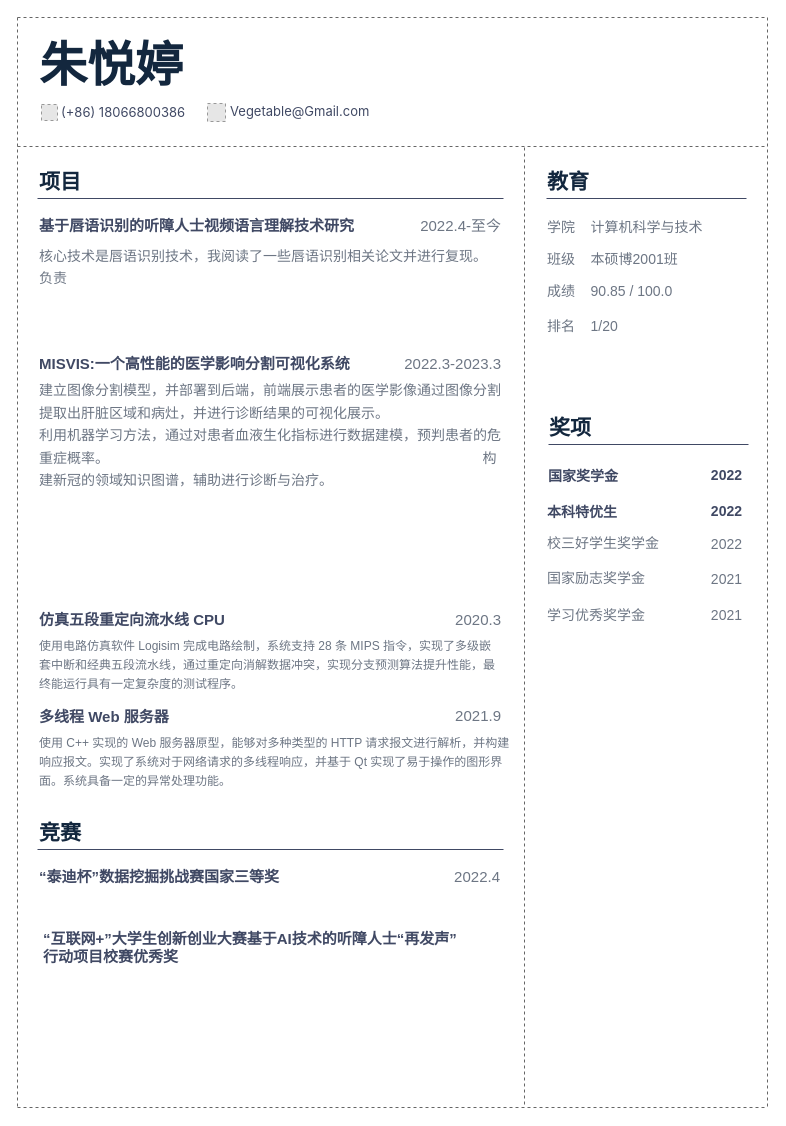
This is source/DrawCV.drawio from Polycoriander/DrawCV, a draw.io file, before an edit. Source tidied: cells renumbered, new cells numbered last; positions are measured from the earlier drawing's top-left corner, leaving out a move shared by most shapes. Both pictures are drawn from the tidied source at 100%, with x=0, y=0 at pixel (17, 17). Pictures stored in the file or linked from it are replaced by grey dashed boxes.
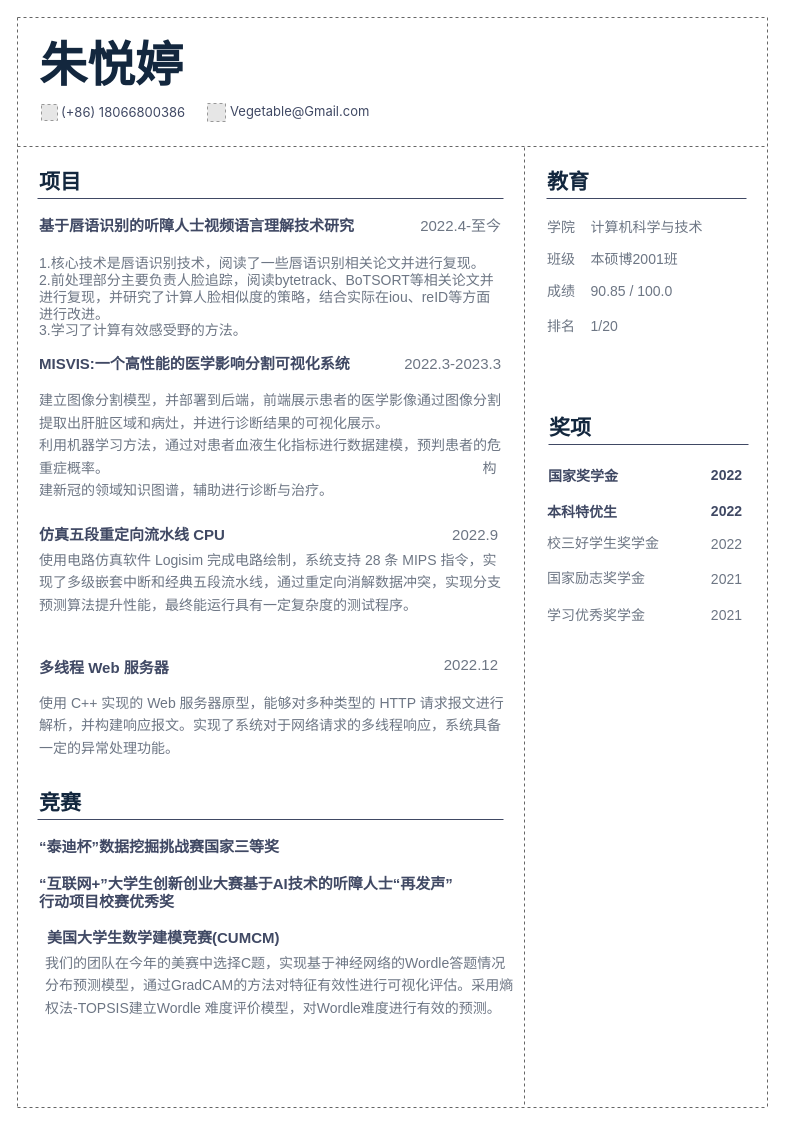
The same page after the edit.

The edit, as a diff of the source:
```diff
@@
     <mxCell id="27" value="竞赛" style="text;html=1;strokeColor=none;fillColor=none;align=left;verticalAlign=middle;whiteSpace=wrap;rounded=0;fontFamily=Source Han Sans;fontSize=21;fontColor=#13273E;fontStyle=1;" parent="1" vertex="1">
-      <mxGeometry x="20" y="800" width="50" height="30" as="geometry" />
+      <mxGeometry x="20" y="770" width="50" height="30" as="geometry" />
     </mxCell>
     <mxCell id="28" style="endArrow=none;html=1;rounded=0;fontFamily=宋体-简;fontSize=16;fontColor=#2B4259;strokeColor=#404964;" parent="1" edge="1">
       <mxGeometry relative="1" as="geometry">
-        <mxPoint x="20" y="832" as="sourcePoint" />
-        <mxPoint x="486" y="832" as="targetPoint" />
+        <mxPoint x="20" y="802" as="sourcePoint" />
+        <mxPoint x="486" y="802" as="targetPoint" />
       </mxGeometry>
     </mxCell>
@@
-    <mxCell id="33" value="&lt;p style=&quot;border-color: var(--border-color); line-height: 1.6;&quot;&gt;&lt;span style=&quot;font-size: 14px;&quot;&gt;核心技术是唇语识别技术，我阅读了一些唇语识别相关论文并进行复现。&amp;nbsp; &amp;nbsp; 负责&amp;nbsp;&amp;nbsp;&lt;/span&gt;&lt;/p&gt;&lt;p style=&quot;border-color: var(--border-color); line-height: 1.6;&quot;&gt;&lt;span style=&quot;font-size: 14px;&quot;&gt;&lt;br&gt;&lt;/span&gt;&lt;/p&gt;&lt;div style=&quot;border-color: var(--border-color);&quot;&gt;&lt;br style=&quot;border-color: var(--border-color);&quot;&gt;&lt;/div&gt;" style="text;html=1;strokeColor=none;fillColor=none;align=left;verticalAlign=middle;whiteSpace=wrap;rounded=0;fontFamily=Source Han Sans;fontSize=12;fontColor=#6D7684;fontStyle=0;" parent="1" vertex="1">
-      <mxGeometry x="20" y="227" width="466" height="93" as="geometry" />
-    </mxCell>
@@
-    <mxCell id="35" value="&lt;p style=&quot;text-align:center;&quot; align=&quot;center&quot; class=&quot;MsoNormal&quot;&gt;“泰迪杯”数据挖掘挑战赛国家三等奖&lt;span&gt;&lt;/span&gt;&lt;/p&gt;" style="text;html=1;strokeColor=none;fillColor=none;align=left;verticalAlign=middle;whiteSpace=wrap;rounded=0;fontSize=15;fontFamily=Source Han Sans;fontStyle=1;fontColor=#404964;" parent="1" vertex="1">
-      <mxGeometry x="20" y="849" width="416" height="20" as="geometry" />
+    <mxCell id="35" value="“泰迪杯”数据挖掘挑战赛国家三等奖" style="text;html=1;strokeColor=none;fillColor=none;align=left;verticalAlign=middle;whiteSpace=wrap;rounded=0;fontSize=15;fontFamily=Source Han Sans;fontStyle=1;fontColor=#404964;" parent="1" vertex="1">
+      <mxGeometry x="20" y="819" width="416" height="20" as="geometry" />
     </mxCell>
-    <mxCell id="36" value="2022.4" style="text;html=1;strokeColor=none;fillColor=none;align=right;verticalAlign=middle;whiteSpace=wrap;rounded=0;fontFamily=Source Han Sans;fontSize=15;fontColor=#6D7684;fontStyle=0;" parent="1" vertex="1">
-      <mxGeometry x="359" y="852" width="126" height="14" as="geometry" />
-    </mxCell>
     <mxCell id="37" value="&lt;p style=&quot;line-height: 1.6;&quot;&gt;&lt;br&gt;&lt;/p&gt;" style="text;html=1;strokeColor=none;fillColor=none;align=left;verticalAlign=middle;whiteSpace=wrap;rounded=0;fontFamily=Source Han Sans;fontSize=12;fontColor=#6D7684;fontStyle=0;" parent="1" vertex="1">
-      <mxGeometry x="20" y="877" width="466" height="55.7" as="geometry" />
+      <mxGeometry x="20" y="847" width="466" height="55.7" as="geometry" />
     </mxCell>
     <mxCell id="38" value="多线程 Web 服务器" style="text;html=1;strokeColor=none;fillColor=none;align=left;verticalAlign=middle;whiteSpace=wrap;rounded=0;fontSize=15;fontFamily=Source Han Sans;fontStyle=1;fontColor=#404964;" parent="1" vertex="1">
-      <mxGeometry x="20" y="688.8" width="416" height="20" as="geometry" />
+      <mxGeometry x="20" y="640" width="416" height="20" as="geometry" />
     </mxCell>
-    <mxCell id="39" value="2021.9" style="text;html=1;strokeColor=none;fillColor=none;align=right;verticalAlign=middle;whiteSpace=wrap;rounded=0;fontFamily=Source Han Sans;fontSize=15;fontColor=#6D7684;fontStyle=0;" parent="1" vertex="1">
-      <mxGeometry x="360" y="690.8" width="126" height="14" as="geometry" />
+    <mxCell id="39" value="2022.12" style="text;html=1;strokeColor=none;fillColor=none;align=right;verticalAlign=middle;whiteSpace=wrap;rounded=0;fontFamily=Source Han Sans;fontSize=15;fontColor=#6D7684;fontStyle=0;" parent="1" vertex="1">
+      <mxGeometry x="357" y="640" width="126" height="14" as="geometry" />
     </mxCell>
-    <mxCell id="40" value="&lt;p style=&quot;line-height: 1.6;&quot;&gt;使用 C++ 实现的 Web 服务器原型，能够对多种类型的 HTTP 请求报文进行解析，并构建响应报文。实现了系统对于网络请求的多线程响应，并基于 Qt 实现了易于操作的图形界面。系统具备一定的异常处理功能。&lt;/p&gt;" style="text;html=1;strokeColor=none;fillColor=none;align=left;verticalAlign=middle;rounded=0;fontFamily=Source Han Sans;fontSize=12;fontColor=#6D7684;fontStyle=0;whiteSpace=wrap;" parent="1" vertex="1">
-      <mxGeometry x="20" y="716.8" width="474" height="55.7" as="geometry" />
+    <mxCell id="40" value="&lt;p style=&quot;line-height: 1.6;&quot;&gt;&lt;font style=&quot;font-size: 14px;&quot;&gt;使用 C++ 实现的 Web 服务器原型，能够对多种类型的 HTTP 请求报文进行解析，并构建响应报文。实现了系统对于网络请求的多线程响应，系统具备一定的异常处理功能。&lt;/font&gt;&lt;/p&gt;" style="text;html=1;strokeColor=none;fillColor=none;align=left;verticalAlign=middle;rounded=0;fontFamily=Source Han Sans;fontSize=12;fontColor=#6D7684;fontStyle=0;whiteSpace=wrap;" parent="1" vertex="1">
+      <mxGeometry x="20" y="680" width="474" height="55.7" as="geometry" />
     </mxCell>
     <mxCell id="41" value="仿真五段重定向流水线 &lt;span&gt;CPU&lt;/span&gt;" style="text;html=1;strokeColor=none;fillColor=none;align=left;verticalAlign=middle;whiteSpace=wrap;rounded=0;fontSize=15;fontFamily=Source Han Sans;fontStyle=1;fontColor=#404964;" parent="1" vertex="1">
-      <mxGeometry x="20" y="592.3" width="416" height="20" as="geometry" />
+      <mxGeometry x="20" y="506.5" width="416" height="20" as="geometry" />
     </mxCell>
-    <mxCell id="42" value="2020.3" style="text;html=1;strokeColor=none;fillColor=none;align=right;verticalAlign=middle;whiteSpace=wrap;rounded=0;fontFamily=Source Han Sans;fontSize=15;fontColor=#6D7684;fontStyle=0;" parent="1" vertex="1">
-      <mxGeometry x="439" y="595.3" width="47" height="14" as="geometry" />
+    <mxCell id="42" value="2022.9" style="text;html=1;strokeColor=none;fillColor=none;align=right;verticalAlign=middle;whiteSpace=wrap;rounded=0;fontFamily=Source Han Sans;fontSize=15;fontColor=#6D7684;fontStyle=0;" parent="1" vertex="1">
+      <mxGeometry x="436" y="509.5" width="47" height="14" as="geometry" />
     </mxCell>
-    <mxCell id="43" value="&lt;p style=&quot;line-height: 1.6;&quot;&gt;使用电路仿真软件 Logisim 完成电路绘制，系统支持 28 条 MIPS 指令，实现了多级嵌套中断和经典五段流水线，通过重定向消解数据冲突，实现分支预测算法提升性能，最终能运行具有一定复杂度的测试程序。&lt;/p&gt;" style="text;html=1;strokeColor=none;fillColor=none;align=left;verticalAlign=middle;whiteSpace=wrap;rounded=0;fontFamily=Source Han Sans;fontSize=12;fontColor=#6D7684;fontStyle=0;" parent="1" vertex="1">
-      <mxGeometry x="20" y="620.3" width="466" height="55" as="geometry" />
+    <mxCell id="43" value="&lt;p style=&quot;line-height: 1.6;&quot;&gt;&lt;font style=&quot;font-size: 14px;&quot;&gt;使用电路仿真软件 Logisim 完成电路绘制，系统支持 28 条 MIPS 指令，实现了多级嵌套中断和经典五段流水线，通过重定向消解数据冲突，实现分支预测算法提升性能，最终能运行具有一定复杂度的测试程序。&lt;/font&gt;&lt;/p&gt;" style="text;html=1;strokeColor=none;fillColor=none;align=left;verticalAlign=middle;whiteSpace=wrap;rounded=0;fontFamily=Source Han Sans;fontSize=12;fontColor=#6D7684;fontStyle=0;" parent="1" vertex="1">
+      <mxGeometry x="20" y="537.3" width="466" height="55" as="geometry" />
     </mxCell>
@@
-    <mxCell id="47" value="&lt;p style=&quot;line-height: 1.6;&quot;&gt;&lt;font style=&quot;font-size: 14px;&quot;&gt;&lt;font style=&quot;&quot;&gt;建立图像分割模型，并部署到后端，前端展示患者的医学影像通过图像分割提取出肝脏区域和病灶，并进行诊断结果的可视&lt;/font&gt;&lt;/font&gt;&lt;font style=&quot;font-size: 14px; background-color: initial;&quot;&gt;化展示。&amp;nbsp; &amp;nbsp; &amp;nbsp; &amp;nbsp; &amp;nbsp; &amp;nbsp; &amp;nbsp; &amp;nbsp; &amp;nbsp; &amp;nbsp; &amp;nbsp; &amp;nbsp; &amp;nbsp; &amp;nbsp; &lt;/font&gt;&lt;span style=&quot;background-color: initial; font-size: 14px;&quot;&gt;利用机器学习方法，通过对患者血液生化指标进行数据建模，预判患者的危重症概率。&amp;nbsp; &amp;nbsp; &amp;nbsp; &amp;nbsp; &amp;nbsp; &amp;nbsp; &amp;nbsp; &amp;nbsp; &amp;nbsp; &amp;nbsp; &amp;nbsp; &amp;nbsp; &amp;nbsp; &amp;nbsp; &amp;nbsp; &amp;nbsp; &amp;nbsp; &amp;nbsp; &amp;nbsp; &amp;nbsp; &amp;nbsp; &amp;nbsp; &amp;nbsp; &amp;nbsp; &amp;nbsp; &amp;nbsp; &amp;nbsp; &amp;nbsp; &amp;nbsp; &amp;nbsp; &amp;nbsp; &amp;nbsp; &amp;nbsp; &amp;nbsp; &amp;nbsp; &amp;nbsp; &amp;nbsp; &amp;nbsp; &amp;nbsp; &amp;nbsp; &amp;nbsp; &amp;nbsp; &amp;nbsp; &amp;nbsp; &amp;nbsp; &amp;nbsp; &amp;nbsp; &amp;nbsp; &lt;/span&gt;&lt;span style=&quot;background-color: initial; font-size: 14px;&quot;&gt;构建新冠的领域知识图谱，辅助进行诊断与治疗。&lt;/span&gt;&lt;/p&gt;&lt;div&gt;&lt;br&gt;&lt;/div&gt;" style="text;html=1;strokeColor=none;fillColor=none;align=left;verticalAlign=middle;whiteSpace=wrap;rounded=0;fontFamily=Source Han Sans;fontSize=12;fontColor=#6D7684;fontStyle=0;" parent="1" vertex="1">
-      <mxGeometry x="20" y="360" width="470" height="130" as="geometry" />
-    </mxCell>
@@
     <mxCell id="50" value="&lt;p style=&quot;&quot; class=&quot;MsoNormal&quot;&gt;“互联网+”大学生创新创业大赛基于AI技术的听障人士“再发声”行动项目校赛优秀奖&amp;nbsp;&lt;span&gt;&lt;/span&gt;&lt;/p&gt;" style="text;html=1;strokeColor=none;fillColor=none;align=left;verticalAlign=middle;whiteSpace=wrap;rounded=0;fontSize=15;fontFamily=Source Han Sans;fontStyle=1;fontColor=#404964;" parent="1" vertex="1">
-      <mxGeometry x="24" y="920" width="416" height="20" as="geometry" />
+      <mxGeometry x="20" y="864.9" width="416" height="20" as="geometry" />
     </mxCell>
+    <mxCell id="47" value="&lt;p style=&quot;line-height: 1.6;&quot;&gt;&lt;font style=&quot;font-size: 14px;&quot;&gt;&lt;font style=&quot;&quot;&gt;&lt;font style=&quot;&quot;&gt;建立图像分割模型，并部署到后端，前端展示患者的医学影像通过图像分割提取出肝脏区域和病灶，并进行诊断结果的可视&lt;/font&gt;&lt;/font&gt;&lt;font style=&quot;background-color: initial;&quot;&gt;化展示。&amp;nbsp; &amp;nbsp; &amp;nbsp; &amp;nbsp; &amp;nbsp; &amp;nbsp; &amp;nbsp; &amp;nbsp; &amp;nbsp; &amp;nbsp; &amp;nbsp; &amp;nbsp; &amp;nbsp; &amp;nbsp; &lt;/font&gt;&lt;span style=&quot;background-color: initial;&quot;&gt;利用机器学习方法，通过对患者血液生化指标进行数据建模，预判患者的危重症概率。&amp;nbsp; &amp;nbsp; &amp;nbsp; &amp;nbsp; &amp;nbsp; &amp;nbsp; &amp;nbsp; &amp;nbsp; &amp;nbsp; &amp;nbsp; &amp;nbsp; &amp;nbsp; &amp;nbsp; &amp;nbsp; &amp;nbsp; &amp;nbsp; &amp;nbsp; &amp;nbsp; &amp;nbsp; &amp;nbsp; &amp;nbsp; &amp;nbsp; &amp;nbsp; &amp;nbsp; &amp;nbsp; &amp;nbsp; &amp;nbsp; &amp;nbsp; &amp;nbsp; &amp;nbsp; &amp;nbsp; &amp;nbsp; &amp;nbsp; &amp;nbsp; &amp;nbsp; &amp;nbsp; &amp;nbsp; &amp;nbsp; &amp;nbsp; &amp;nbsp; &amp;nbsp; &amp;nbsp; &amp;nbsp; &amp;nbsp; &amp;nbsp; &amp;nbsp; &amp;nbsp; &amp;nbsp; &lt;/span&gt;&lt;span style=&quot;background-color: initial;&quot;&gt;构建新冠的领域知识图谱，辅助进行诊断与治疗。&lt;/span&gt;&lt;/font&gt;&lt;/p&gt;&lt;div&gt;&lt;br&gt;&lt;/div&gt;" style="text;html=1;strokeColor=none;fillColor=none;align=left;verticalAlign=middle;whiteSpace=wrap;rounded=0;fontFamily=Source Han Sans;fontSize=12;fontColor=#6D7684;fontStyle=0;" parent="1" vertex="1">
+      <mxGeometry x="20" y="370" width="470" height="130" as="geometry" />
+    </mxCell>
+    <mxCell id="51" value="美国大学生数学建模竞赛(CUMCM)" style="text;html=1;strokeColor=none;fillColor=none;align=left;verticalAlign=middle;whiteSpace=wrap;rounded=0;fontSize=15;fontFamily=Source Han Sans;fontStyle=1;fontColor=#404964;" parent="1" vertex="1">
+      <mxGeometry x="28" y="910" width="416" height="20" as="geometry" />
+    </mxCell>
+    <mxCell id="52" value="&lt;p style=&quot;line-height: 1.6;&quot;&gt;&lt;font style=&quot;font-size: 14px;&quot;&gt;我们的团队在今年的美赛中选择C题，实现基于神经网络的Wordle答题情况分布预测模型，通过GradCAM的方法对特征有效性进行可视化评估。采用熵权法-TOPSIS建立Wordle 难度评价模型，对Wordle难度进行有效的预测。&lt;/font&gt;&lt;/p&gt;" style="text;html=1;strokeColor=none;fillColor=none;align=left;verticalAlign=middle;rounded=0;fontFamily=Source Han Sans;fontSize=12;fontColor=#6D7684;fontStyle=0;whiteSpace=wrap;" parent="1" vertex="1">
+      <mxGeometry x="26" y="940" width="474" height="55.7" as="geometry" />
+    </mxCell>
+    <mxCell id="53" value="&lt;p style=&quot;line-height: 1.6;&quot;&gt;&lt;font style=&quot;font-size: 10px;&quot;&gt;&lt;br&gt;&lt;/font&gt;&lt;/p&gt;&lt;font style=&quot;font-size: 14px;&quot;&gt;1.核心技术是唇语识别技术，阅读了一些唇语识别相关论文并进行复现。&amp;nbsp;&amp;nbsp;&amp;nbsp;&lt;br&gt;2.前处理部分主要负责人脸追踪，阅读bytetrack、BoTSORT等相关论文并进行复现，并研究了计算人脸相似度的策略，结合实际在iou、reID等方面进行改进。&lt;br&gt;3.学习了计算有效感受野的方法。&lt;/font&gt;" style="text;html=1;strokeColor=none;fillColor=none;align=left;verticalAlign=middle;whiteSpace=wrap;rounded=0;fontFamily=Source Han Sans;fontSize=12;fontColor=#6D7684;fontStyle=0;" parent="1" vertex="1">
+      <mxGeometry x="20" y="230" width="466" height="55" as="geometry" />
+    </mxCell>
```
